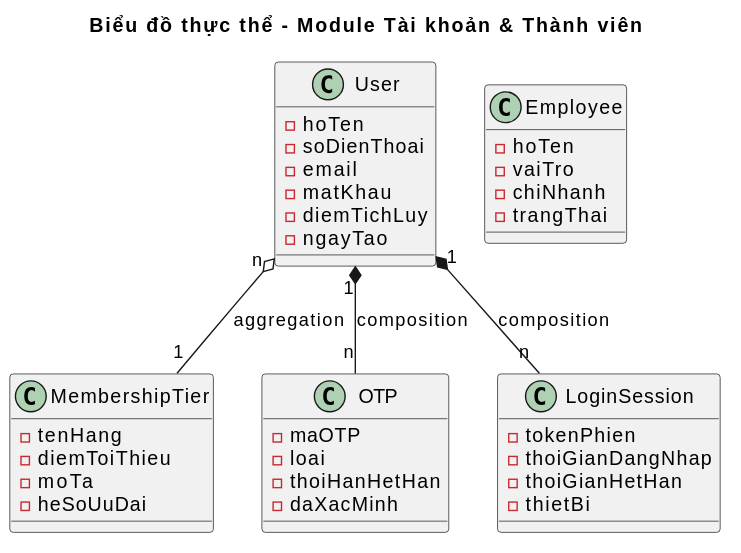
Before: output/diagrams/account_entity_analysis.svg, a diagram exported from PlantUML (thanhtrnnn/cnpm).
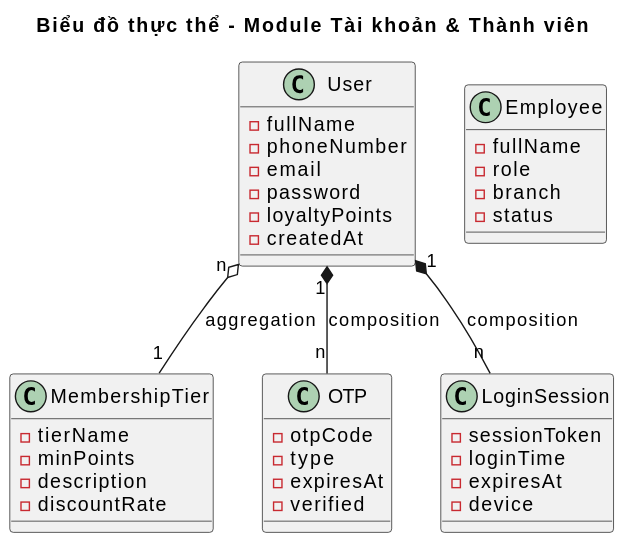
Above is the later version.

What changed in the source:
```diff
@@ -2,36 +2,36 @@
 title Biểu đồ thực thể - Module Tài khoản & Thành viên
 
 class User {
-  -hoTen
-  -soDienThoai
+  -fullName
+  -phoneNumber
   -email
-  -matKhau
-  -diemTichLuy
-  -ngayTao
+  -password
+  -loyaltyPoints
+  -createdAt
 }
 class Employee {
-  -hoTen
-  -vaiTro
-  -chiNhanh
-  -trangThai
+  -fullName
+  -role
+  -branch
+  -status
 }
 class MembershipTier {
-  -tenHang
-  -diemToiThieu
-  -moTa
-  -heSoUuDai
+  -tierName
+  -minPoints
+  -description
+  -discountRate
 }
 class OTP {
-  -maOTP
-  -loai
-  -thoiHanHetHan
-  -daXacMinh
+  -otpCode
+  -type
+  -expiresAt
+  -verified
 }
 class LoginSession {
-  -tokenPhien
-  -thoiGianDangNhap
-  -thoiGianHetHan
-  -thietBi
+  -sessionToken
+  -loginTime
+  -expiresAt
+  -device
 }
 
 User "n" o-- "1" MembershipTier : aggregation
```
